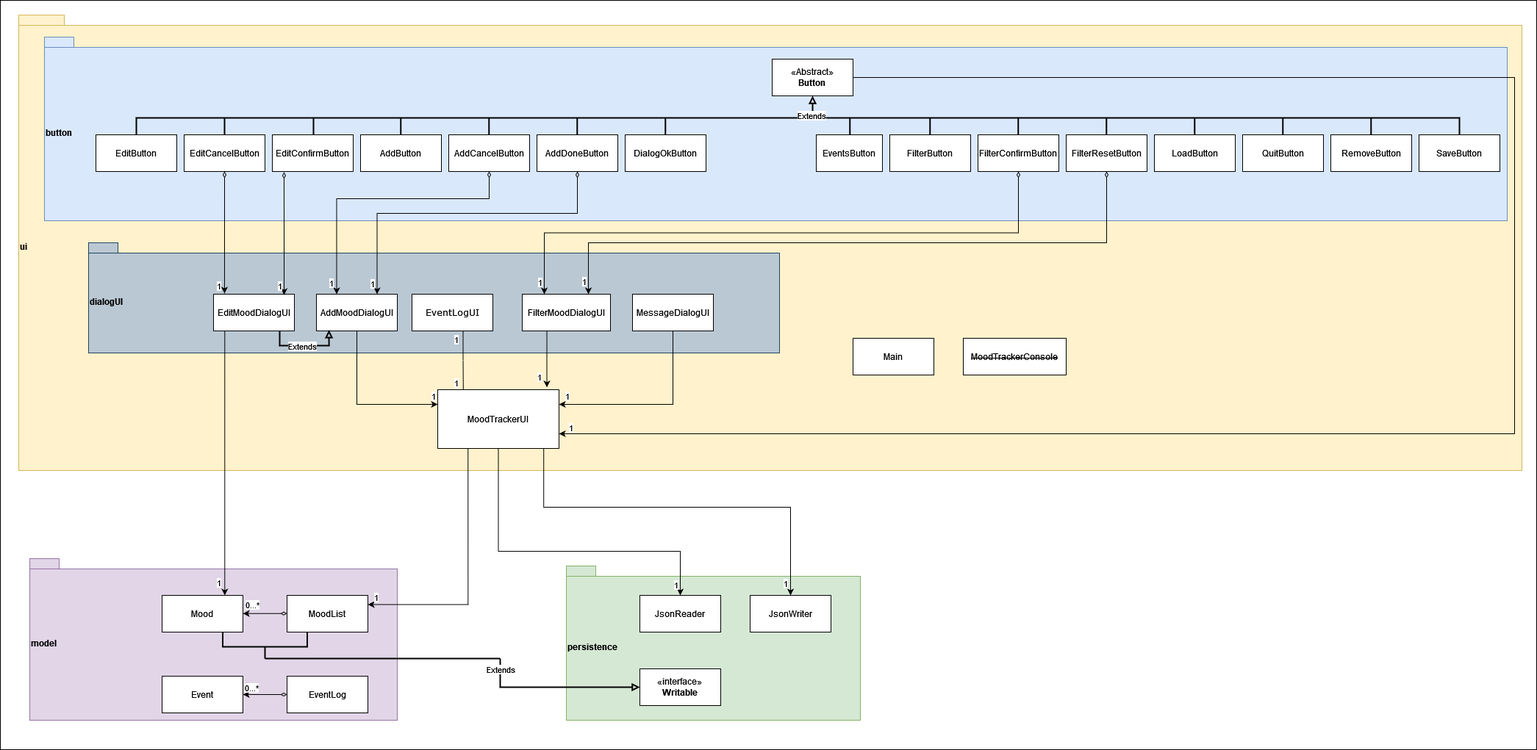
This is UML_Design_Diagram.png from alanyhwang/Moody, a draw.io export, as it was before one commit. Source tidied: cells renumbered, new cells last; positions are measured from the earlier drawing's top-left corner, leaving out a move shared by most shapes.
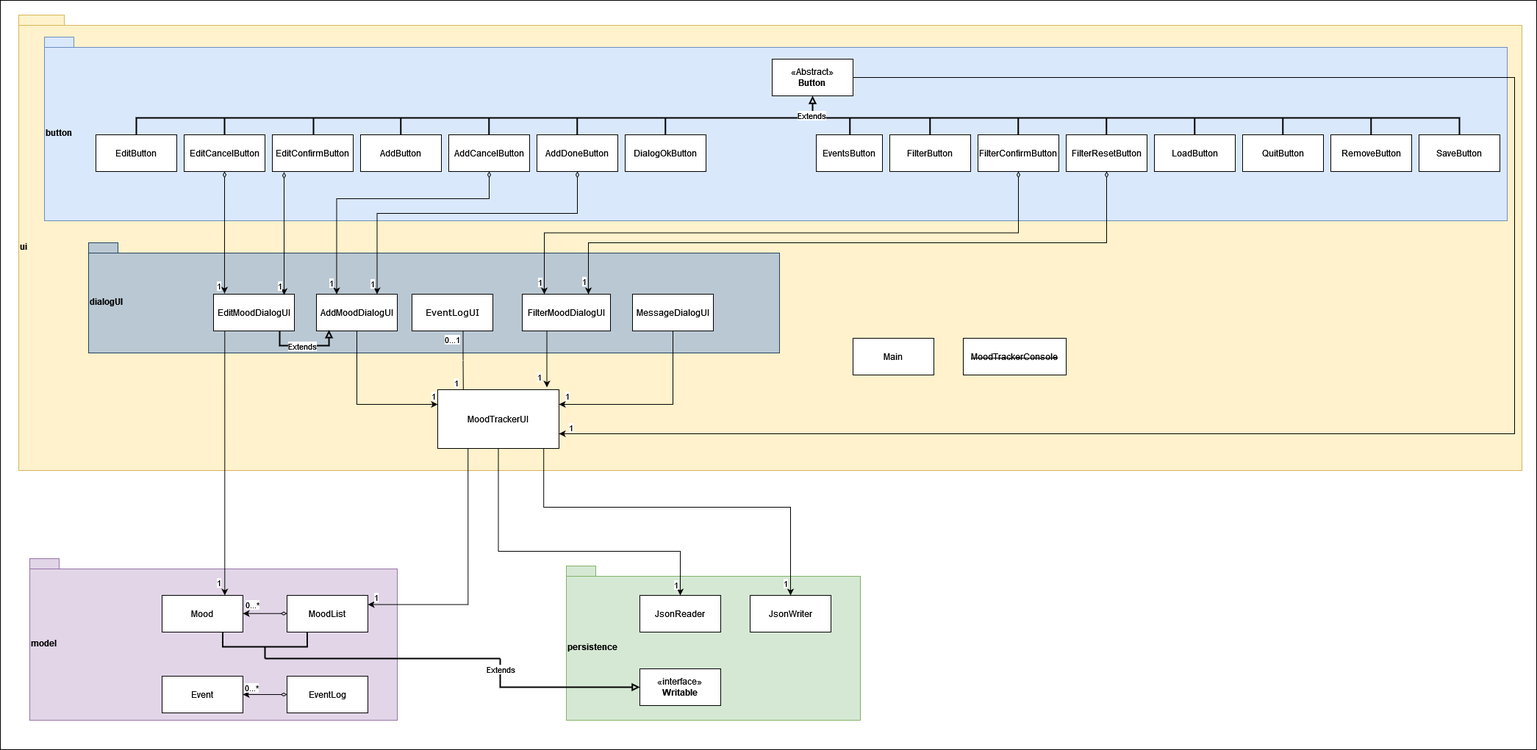
The same file after the commit.

Commit message:
Phase 4: Task 3 - updated UML diagram

The edit, as a diff of the source:
```diff
@@ -191,9 +191,9 @@
         <mxPoint x="-10" as="offset" />
       </mxGeometry>
     </mxCell>
-    <mxCell id="43" value="1" style="edgeLabel;html=1;align=center;verticalAlign=middle;" parent="41" vertex="1">
+    <mxCell id="43" value="0...1" style="edgeLabel;html=1;align=center;verticalAlign=middle;" parent="41" vertex="1">
       <mxGeometry x="-0.73" y="1" relative="1" as="geometry">
-        <mxPoint x="-11" as="offset" />
+        <mxPoint x="-16" as="offset" />
       </mxGeometry>
     </mxCell>
     <mxCell id="44" value="&lt;font face=&quot;Verdana&quot;&gt;EventLogUI&lt;/font&gt;" style="html=1;whiteSpace=wrap;" parent="1" vertex="1">
```
